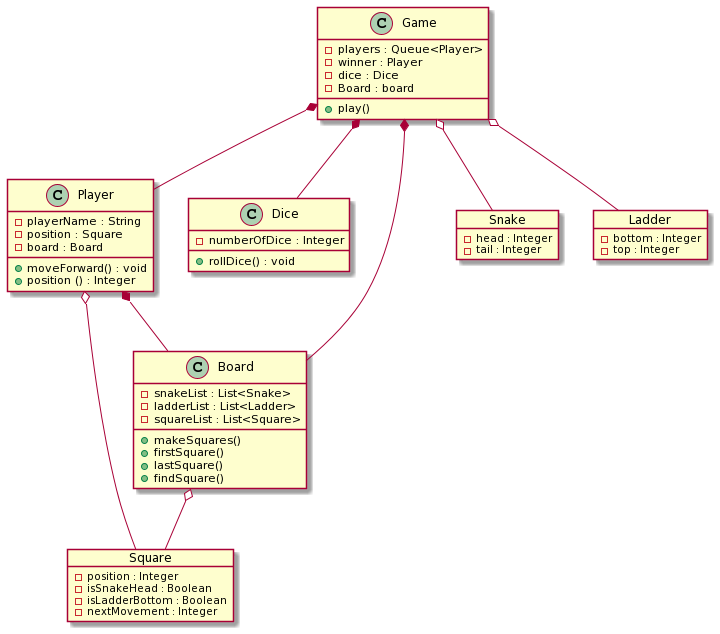
Aditya121995/Practice keeps this PlantUML diagram as SystemDesign/SnakeAndLadder.png. Above is the earlier version.
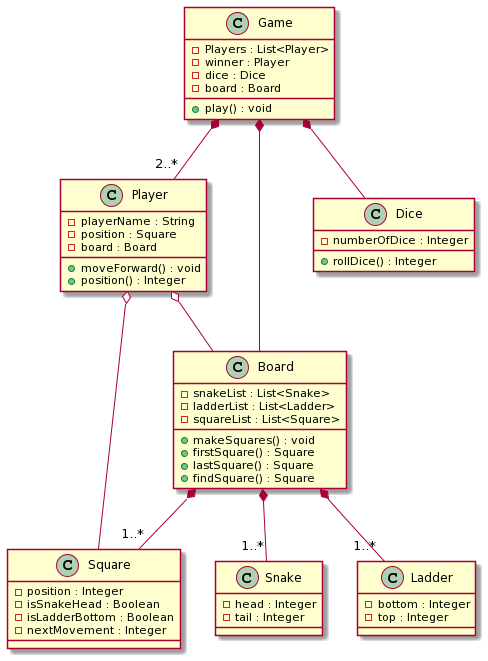
Later version of the same file.

Commit message:
class diagram change

Change to the diagram source:
```diff
@@ -1,59 +1,58 @@
 @startuml
-class Player {
+class Game{
+  - Players : List<Player>
+  - winner : Player
+  - dice : Dice
+  - board : Board
+  + play() : void
+}
+
+class Board{
+  - snakeList : List<Snake>
+  - ladderList : List<Ladder>
+  - squareList : List<Square>
+  + makeSquares() : void
+  + firstSquare() : Square
+  + lastSquare() : Square
+  + findSquare() : Square
+}
+
+class Player{
   - playerName : String
   - position : Square
   - board : Board
   + moveForward() : void
-  + position () : Integer
+  + position() : Integer
 }
 
-class Dice {
+class Dice{
   - numberOfDice : Integer
-  + rollDice() : void
+  + rollDice() : Integer
 }
 
-object Square {
+class Square{
   - position : Integer
   - isSnakeHead : Boolean
   - isLadderBottom : Boolean
   - nextMovement : Integer
 }
 
-class Board{
-  - snakeList : List<Snake>
-  - ladderList : List<Ladder>
-  - squareList : List<Square>
-  + makeSquares()
-  + firstSquare()
-  + lastSquare()
-  + findSquare()
-}
-
-
-object Snake{
+class Snake{
   - head : Integer
   - tail : Integer
 }
 
-object Ladder{
+class Ladder{
   - bottom : Integer
   - top : Integer
 }
 
-class Game{
-  - players : Queue<Player>
-  - winner : Player
-  - dice : Dice
-  - Board : board
-  + play()
-}
-
-Game o-- Snake
-Game o-- Ladder
-Board o-- Square
+Game *--"2..*" Player
+Game *-- Dice
+Game *-- Board
+Board *--"1..*" Snake
+Board *--"1..*" Ladder
+Board *--"1..*" Square
 Player o-- Square
-Player *-- Board
-Game *-- Player
-Game *-- Board
-Game *-- Dice
+Player o-- Board
 @enduml
```
